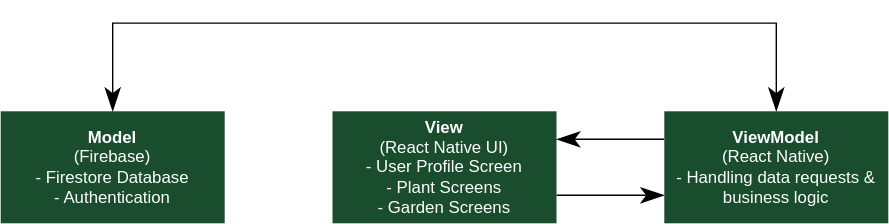
This is docs/assets/svg/architecturalDiagrams/mvvmDiagram.drawio.svg from Green-Fingers-App/gardeningApp, a draw.io export, as it was before one commit. Source tidied: cells renumbered, new cells last; positions are measured from the earlier drawing's top-left corner, leaving out a move shared by most shapes. The source it was exported from:
```xml
<mxGraphModel>
  <root>
    <mxCell id="0" />
    <mxCell id="1" parent="0" />
    <mxCell id="2" value="&lt;b&gt;Model&lt;/b&gt;&lt;br&gt;(Firebase)&lt;br&gt;- Firestore Database&lt;br&gt;- Authentication" style="rounded=0;whiteSpace=wrap;html=1;fillColor=#1A4D2D;strokeColor=none;fontColor=#FFFFFF;" parent="1" vertex="1">
      <mxGeometry y="63" width="160" height="80" as="geometry" />
    </mxCell>
    <mxCell id="3" style="edgeStyle=orthogonalEdgeStyle;rounded=0;jettySize=auto;html=1;exitX=1;exitY=0.75;exitDx=0;exitDy=0;entryX=0;entryY=0.75;entryDx=0;entryDy=0;startArrow=none;startFill=0;endArrow=classicThin;endFill=1;startSize=14;endSize=14;sourcePerimeterSpacing=8;targetPerimeterSpacing=8;" parent="1" edge="1" source="4" target="7">
      <mxGeometry relative="1" as="geometry" />
    </mxCell>
    <mxCell id="4" value="&lt;b&gt;View&lt;/b&gt;&lt;br&gt;(React Native UI)&lt;br&gt;- User Profile Screen&lt;br&gt;- Plant Screens&lt;br&gt;- Garden Screens" style="rounded=0;whiteSpace=wrap;html=1;fillColor=#1A4D2D;fontColor=#FFFFFF;strokeColor=none;" parent="1" vertex="1">
      <mxGeometry x="237" y="63" width="160" height="80" as="geometry" />
    </mxCell>
    <mxCell id="5" style="edgeStyle=orthogonalEdgeStyle;rounded=0;jettySize=auto;html=1;entryX=0.5;entryY=0;entryDx=0;entryDy=0;endArrow=classicThin;startSize=14;endSize=14;sourcePerimeterSpacing=8;targetPerimeterSpacing=8;startArrow=classicThin;startFill=1;endFill=1;exitX=0.5;exitY=0;exitDx=0;exitDy=0;" parent="1" edge="1" source="7" target="2">
      <mxGeometry relative="1" as="geometry">
        <Array as="points">
          <mxPoint x="554" />
          <mxPoint x="80" />
        </Array>
      </mxGeometry>
    </mxCell>
    <mxCell id="6" style="edgeStyle=orthogonalEdgeStyle;rounded=0;jettySize=auto;html=1;exitX=0;exitY=0.25;exitDx=0;exitDy=0;entryX=1;entryY=0.25;entryDx=0;entryDy=0;startArrow=none;startFill=0;endArrow=classicThin;endFill=1;startSize=14;endSize=14;sourcePerimeterSpacing=8;targetPerimeterSpacing=8;" parent="1" edge="1" source="7" target="4">
      <mxGeometry relative="1" as="geometry" />
    </mxCell>
    <mxCell id="7" value="&lt;b&gt;ViewModel&lt;/b&gt;&lt;br&gt;(React Native)&lt;br&gt;- Handling data requests &amp;amp; business logic" style="rounded=0;whiteSpace=wrap;html=1;fillColor=#1A4D2D;strokeColor=none;fontColor=#FFFFFF;" parent="1" vertex="1">
      <mxGeometry x="474" y="63" width="160" height="80" as="geometry" />
    </mxCell>
  </root>
</mxGraphModel>
```
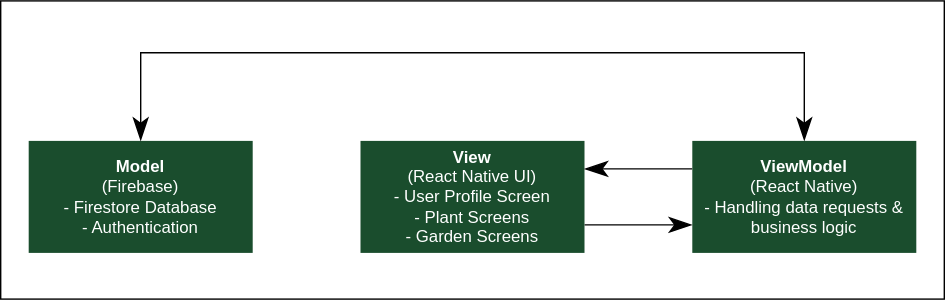
Above is the later version.

Commit message:
Update MVVM diagram

The edit, as a diff of the source:
```diff
@@ -2,6 +2,9 @@
   <root>
     <mxCell id="0" />
     <mxCell id="1" parent="0" />
+    <mxCell id="8" style="rounded=0;whiteSpace=wrap;html=1;" parent="1" vertex="1">
+      <mxGeometry x="-20" y="-37" width="674" height="213" as="geometry" />
+    </mxCell>
     <mxCell id="2" value="&lt;b&gt;Model&lt;/b&gt;&lt;br&gt;(Firebase)&lt;br&gt;- Firestore Database&lt;br&gt;- Authentication" style="rounded=0;whiteSpace=wrap;html=1;fillColor=#1A4D2D;strokeColor=none;fontColor=#FFFFFF;" parent="1" vertex="1">
       <mxGeometry y="63" width="160" height="80" as="geometry" />
     </mxCell>
@@ -11,7 +14,7 @@
     <mxCell id="4" value="&lt;b&gt;View&lt;/b&gt;&lt;br&gt;(React Native UI)&lt;br&gt;- User Profile Screen&lt;br&gt;- Plant Screens&lt;br&gt;- Garden Screens" style="rounded=0;whiteSpace=wrap;html=1;fillColor=#1A4D2D;fontColor=#FFFFFF;strokeColor=none;" parent="1" vertex="1">
       <mxGeometry x="237" y="63" width="160" height="80" as="geometry" />
     </mxCell>
-    <mxCell id="5" style="edgeStyle=orthogonalEdgeStyle;rounded=0;jettySize=auto;html=1;entryX=0.5;entryY=0;entryDx=0;entryDy=0;endArrow=classicThin;startSize=14;endSize=14;sourcePerimeterSpacing=8;targetPerimeterSpacing=8;startArrow=classicThin;startFill=1;endFill=1;exitX=0.5;exitY=0;exitDx=0;exitDy=0;" parent="1" edge="1" source="7" target="2">
+    <mxCell id="5" style="edgeStyle=orthogonalEdgeStyle;rounded=0;jettySize=auto;html=1;entryX=0.5;entryY=0;entryDx=0;entryDy=0;endArrow=classicThin;startSize=14;endSize=14;targetPerimeterSpacing=8;startArrow=classicThin;startFill=1;endFill=1;exitX=0.5;exitY=0;exitDx=0;exitDy=0;" parent="1" edge="1" source="7" target="2">
       <mxGeometry relative="1" as="geometry">
         <Array as="points">
           <mxPoint x="554" />
```
